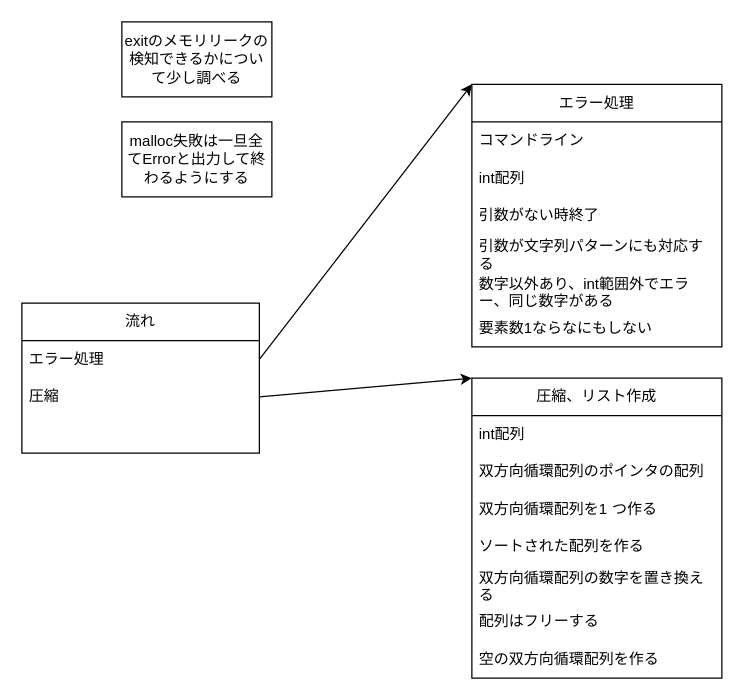
This is pw.drawio from rk0730/push_swap_42, a draw.io file, before an edit. Source tidied: cells renumbered, new cells numbered last; positions are measured from the earlier drawing's top-left corner, leaving out a move shared by most shapes. Both pictures are drawn from the tidied source at 125%, with x=0, y=0 at pixel (21, 21).
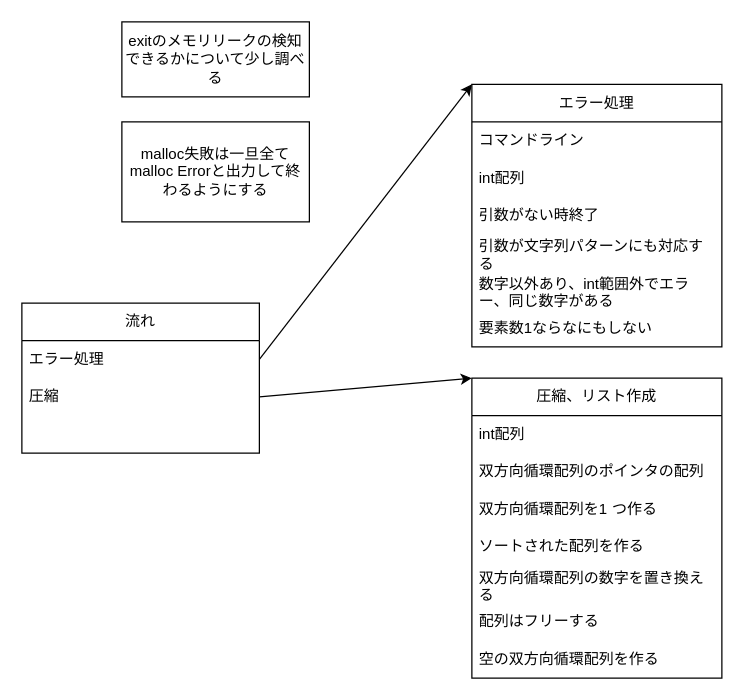
Above is the later version.

Diff of the diagram source:
```diff
@@
-    <mxCell id="23" value="malloc失敗は一旦全てErrorと出力して終わるようにする" style="rounded=0;whiteSpace=wrap;html=1;" parent="1" vertex="1">
-      <mxGeometry x="80" y="80" width="120" height="60" as="geometry" />
+    <mxCell id="23" value="malloc失敗は一旦全てmalloc Errorと出力して終わるようにする" style="rounded=0;whiteSpace=wrap;html=1;" parent="1" vertex="1">
+      <mxGeometry x="80" y="80" width="150" height="80" as="geometry" />
     </mxCell>
     <mxCell id="24" value="exitのメモリリークの検知できるかについて少し調べる" style="rounded=0;whiteSpace=wrap;html=1;" parent="1" vertex="1">
-      <mxGeometry x="80" width="120" height="60" as="geometry" />
+      <mxGeometry x="80" width="150" height="60" as="geometry" />
     </mxCell>
```
